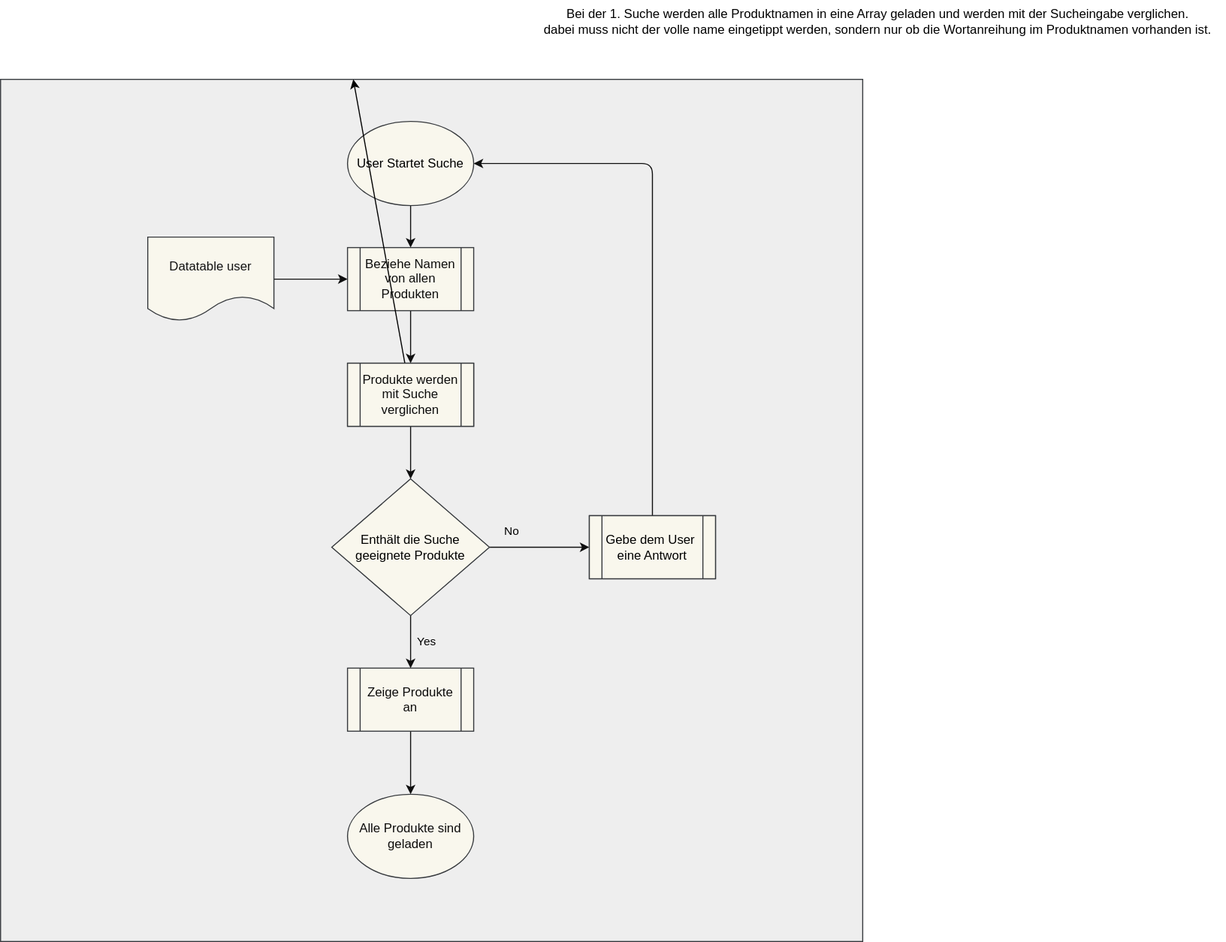
Projektarbeiten/ProjectPlatypus keeps this draw.io diagram as drawio/FlussdiagrammDatenBeziehenSuchergebnissPage.drawio.svg. Above is the earlier version. Source tidied: cells renumbered, new cells last; positions are measured from the earlier drawing's top-left corner, leaving out a move shared by most shapes. Source of this version:
```xml
<mxGraphModel>
  <root>
    <mxCell id="0" />
    <mxCell id="1" parent="0" />
    <mxCell id="2" style="whiteSpace=wrap;html=1;fillColor=#eeeeee;strokeColor=#36393d;" parent="1" vertex="1">
      <mxGeometry y="75" width="820" height="820" as="geometry" />
    </mxCell>
    <mxCell id="3" style="edgeStyle=none;html=1;strokeColor=#0f0f0f;fontColor=#0d0c0c;" parent="1" edge="1" source="4">
      <mxGeometry relative="1" as="geometry">
        <mxPoint x="390" y="235" as="targetPoint" />
      </mxGeometry>
    </mxCell>
    <mxCell id="4" value="&lt;font color=&quot;#000000&quot;&gt;User Startet Suche&lt;br&gt;&lt;/font&gt;" style="ellipse;whiteSpace=wrap;html=1;fillColor=#f9f7ed;strokeColor=#36393d;" parent="1" vertex="1">
      <mxGeometry x="330" y="115" width="120" height="80" as="geometry" />
    </mxCell>
    <mxCell id="5" style="edgeStyle=none;html=1;strokeColor=#0f0f0f;fontColor=#0d0c0c;" parent="1" edge="1">
      <mxGeometry relative="1" as="geometry">
        <mxPoint x="390" y="295" as="sourcePoint" />
        <mxPoint x="390" y="345" as="targetPoint" />
      </mxGeometry>
    </mxCell>
    <mxCell id="6" style="edgeStyle=none;html=1;fontColor=#000000;strokeColor=#0f0f0f;" parent="1" edge="1" source="10">
      <mxGeometry relative="1" as="geometry">
        <mxPoint x="560" y="520" as="targetPoint" />
      </mxGeometry>
    </mxCell>
    <mxCell id="7" value="No" style="edgeLabel;html=1;align=center;verticalAlign=middle;fontColor=#000000;labelBackgroundColor=none;" parent="6" vertex="1">
      <mxGeometry x="-0.39" y="2" relative="1" as="geometry">
        <mxPoint x="-9" y="-13" as="offset" />
      </mxGeometry>
    </mxCell>
    <mxCell id="8" style="edgeStyle=none;html=1;entryX=0.5;entryY=0;entryDx=0;entryDy=0;strokeColor=#0f0f0f;fontColor=#000000;" parent="1" edge="1" source="10">
      <mxGeometry relative="1" as="geometry">
        <mxPoint x="390" y="555" as="targetPoint" />
      </mxGeometry>
    </mxCell>
    <mxCell id="9" style="edgeStyle=none;html=1;strokeColor=#0f0f0f;fontColor=#121212;entryX=0.5;entryY=0;entryDx=0;entryDy=0;" parent="1" edge="1" source="10" target="23">
      <mxGeometry relative="1" as="geometry" />
    </mxCell>
    <mxCell id="10" value="&lt;font color=&quot;#000000&quot;&gt;Enthält die Suche geeignete Produkte&lt;/font&gt;" style="rhombus;whiteSpace=wrap;html=1;fillColor=#f9f7ed;strokeColor=#36393d;" parent="1" vertex="1">
      <mxGeometry x="315" y="455" width="150" height="130" as="geometry" />
    </mxCell>
    <mxCell id="11" style="edgeStyle=none;html=1;strokeColor=#0f0f0f;fontColor=#0d0c0c;entryX=1;entryY=0.5;entryDx=0;entryDy=0;" parent="1" edge="1" source="12" target="4">
      <mxGeometry relative="1" as="geometry">
        <Array as="points">
          <mxPoint x="620" y="375" />
          <mxPoint x="620" y="265" />
          <mxPoint x="620" y="155" />
        </Array>
      </mxGeometry>
    </mxCell>
    <mxCell id="12" value="&lt;font color=&quot;#000000&quot;&gt;Give user error Response&lt;/font&gt;" style="rounded=0;whiteSpace=wrap;html=1;fillColor=#f9f7ed;strokeColor=#36393d;" parent="1" vertex="1">
      <mxGeometry x="560" y="490" width="120" height="60" as="geometry" />
    </mxCell>
    <mxCell id="13" value="Yes" style="edgeLabel;html=1;align=center;verticalAlign=middle;fontColor=#000000;labelBackgroundColor=none;" parent="1" vertex="1">
      <mxGeometry x="420" y="550" as="geometry">
        <mxPoint x="-15" y="60" as="offset" />
      </mxGeometry>
    </mxCell>
    <mxCell id="14" style="edgeStyle=none;html=1;strokeColor=#0f0f0f;fontColor=#0d0d0d;entryX=0;entryY=0.5;entryDx=0;entryDy=0;" parent="1" edge="1" source="15">
      <mxGeometry relative="1" as="geometry">
        <mxPoint x="330" y="265" as="targetPoint" />
      </mxGeometry>
    </mxCell>
    <mxCell id="15" value="Datatable user" style="shape=document;whiteSpace=wrap;html=1;boundedLbl=1;labelBackgroundColor=none;fillColor=#f9f7ed;strokeColor=#36393d;fontColor=#121212;" parent="1" vertex="1">
      <mxGeometry x="140" y="225" width="120" height="80" as="geometry" />
    </mxCell>
    <mxCell id="16" style="edgeStyle=none;html=1;entryX=0.5;entryY=0;entryDx=0;entryDy=0;strokeColor=#0f0f0f;fontColor=#0d0d0d;" parent="1" edge="1" source="17" target="10">
      <mxGeometry relative="1" as="geometry" />
    </mxCell>
    <mxCell id="17" value="Get username and password" style="rounded=0;whiteSpace=wrap;html=1;labelBackgroundColor=none;fillColor=#f9f7ed;strokeColor=#36393d;fontColor=#0d0d0d;" parent="1" vertex="1">
      <mxGeometry x="330" y="345" width="120" height="60" as="geometry" />
    </mxCell>
    <mxCell id="18" value="&lt;font color=&quot;#0d0d0d&quot;&gt;Beziehe Namen von allen Produkten&lt;/font&gt;" style="shape=process;whiteSpace=wrap;html=1;backgroundOutline=1;labelBackgroundColor=none;fillColor=#f9f7ed;strokeColor=#36393d;" parent="1" vertex="1">
      <mxGeometry x="330" y="235" width="120" height="60" as="geometry" />
    </mxCell>
    <mxCell id="19" style="edgeStyle=none;html=1;" parent="1" edge="1" source="20" target="2">
      <mxGeometry relative="1" as="geometry" />
    </mxCell>
    <mxCell id="20" value="&lt;font color=&quot;#0d0d0d&quot;&gt;Produkte werden mit Suche verglichen&lt;/font&gt;" style="shape=process;whiteSpace=wrap;html=1;backgroundOutline=1;labelBackgroundColor=none;fillColor=#f9f7ed;strokeColor=#36393d;" parent="1" vertex="1">
      <mxGeometry x="330" y="345" width="120" height="60" as="geometry" />
    </mxCell>
    <mxCell id="21" value="&lt;span style=&quot;color: rgb(0, 0, 0);&quot;&gt;Gebe dem User&amp;nbsp; eine Antwort&lt;/span&gt;" style="shape=process;whiteSpace=wrap;html=1;backgroundOutline=1;labelBackgroundColor=none;fillColor=#f9f7ed;strokeColor=#36393d;" parent="1" vertex="1">
      <mxGeometry x="560" y="490" width="120" height="60" as="geometry" />
    </mxCell>
    <mxCell id="22" style="edgeStyle=none;html=1;strokeColor=#0f0f0f;fontColor=#0d0c0c;" parent="1" edge="1" source="23" target="24">
      <mxGeometry relative="1" as="geometry" />
    </mxCell>
    <mxCell id="23" value="&lt;span style=&quot;color: rgb(13, 12, 12);&quot;&gt;Zeige Produkte an&lt;/span&gt;" style="shape=process;whiteSpace=wrap;html=1;backgroundOutline=1;labelBackgroundColor=none;fillColor=#f9f7ed;strokeColor=#36393d;" parent="1" vertex="1">
      <mxGeometry x="330" y="635" width="120" height="60" as="geometry" />
    </mxCell>
    <mxCell id="24" value="&lt;font color=&quot;#0d0c0c&quot;&gt;Alle Produkte sind geladen&lt;/font&gt;" style="ellipse;whiteSpace=wrap;html=1;labelBackgroundColor=none;fillColor=#f9f7ed;strokeColor=#36393d;" parent="1" vertex="1">
      <mxGeometry x="330" y="755" width="120" height="80" as="geometry" />
    </mxCell>
    <mxCell id="25" value="Bei der 1. Suche werden alle Produktnamen in eine Array geladen und werden mit der Sucheingabe verglichen.&lt;br&gt;dabei muss nicht der volle name eingetippt werden, sondern nur ob die Wortanreihung im Produktnamen vorhanden ist." style="text;html=1;align=center;verticalAlign=middle;strokeColor=none;fillColor=none;" parent="1" vertex="1">
      <mxGeometry x="504" width="660" height="40" as="geometry" />
    </mxCell>
  </root>
</mxGraphModel>
```
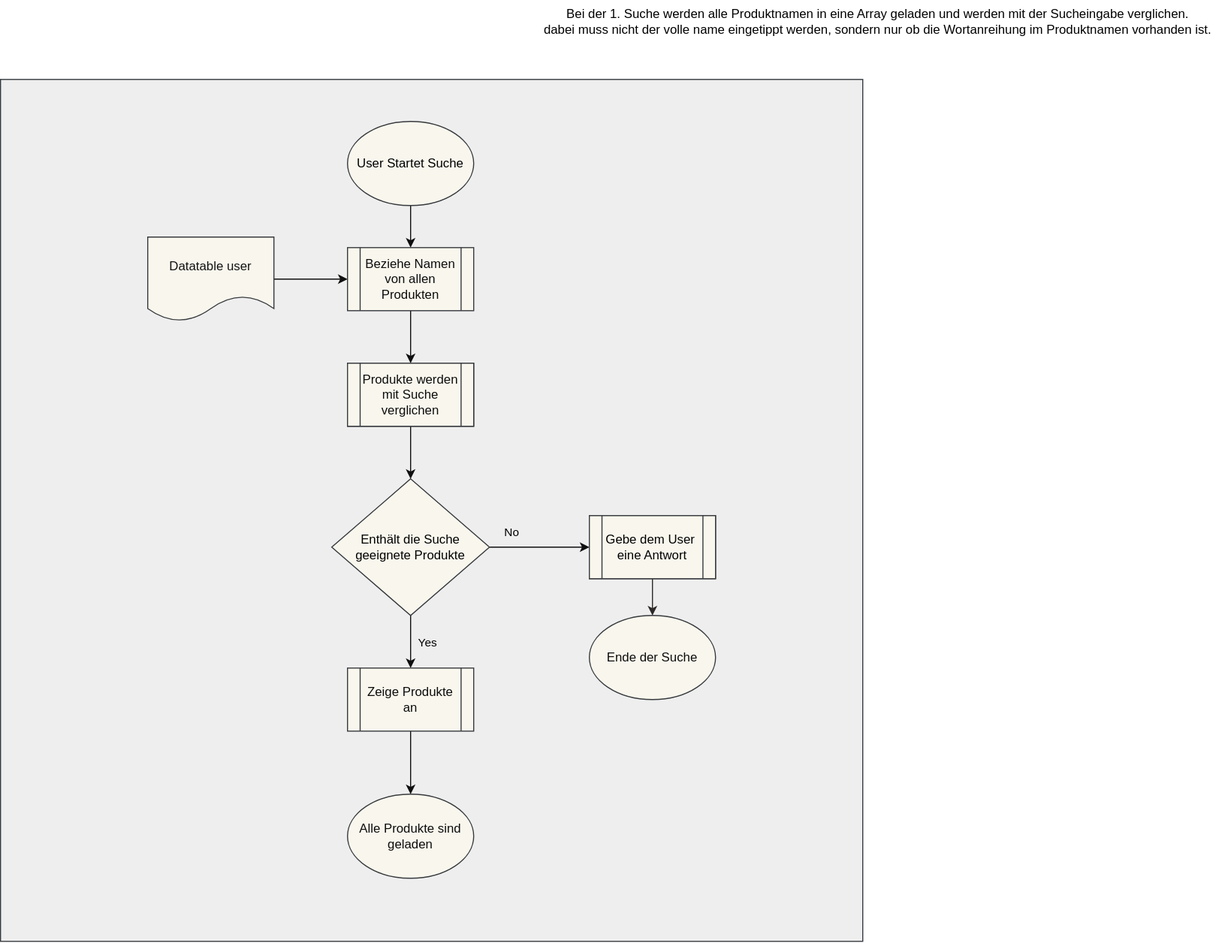
After the change.

Commit message:
pfeil entfernt und ende hinzugefügt

The edit, as a diff of the source:
```diff
@@ -40,15 +40,6 @@
     <mxCell id="10" value="&lt;font color=&quot;#000000&quot;&gt;Enthält die Suche geeignete Produkte&lt;/font&gt;" style="rhombus;whiteSpace=wrap;html=1;fillColor=#f9f7ed;strokeColor=#36393d;" parent="1" vertex="1">
       <mxGeometry x="315" y="455" width="150" height="130" as="geometry" />
     </mxCell>
-    <mxCell id="11" style="edgeStyle=none;html=1;strokeColor=#0f0f0f;fontColor=#0d0c0c;entryX=1;entryY=0.5;entryDx=0;entryDy=0;" parent="1" edge="1" source="12" target="4">
-      <mxGeometry relative="1" as="geometry">
-        <Array as="points">
-          <mxPoint x="620" y="375" />
-          <mxPoint x="620" y="265" />
-          <mxPoint x="620" y="155" />
-        </Array>
-      </mxGeometry>
-    </mxCell>
     <mxCell id="12" value="&lt;font color=&quot;#000000&quot;&gt;Give user error Response&lt;/font&gt;" style="rounded=0;whiteSpace=wrap;html=1;fillColor=#f9f7ed;strokeColor=#36393d;" parent="1" vertex="1">
       <mxGeometry x="560" y="490" width="120" height="60" as="geometry" />
     </mxCell>
@@ -74,12 +65,14 @@
     <mxCell id="18" value="&lt;font color=&quot;#0d0d0d&quot;&gt;Beziehe Namen von allen Produkten&lt;/font&gt;" style="shape=process;whiteSpace=wrap;html=1;backgroundOutline=1;labelBackgroundColor=none;fillColor=#f9f7ed;strokeColor=#36393d;" parent="1" vertex="1">
       <mxGeometry x="330" y="235" width="120" height="60" as="geometry" />
     </mxCell>
-    <mxCell id="19" style="edgeStyle=none;html=1;" parent="1" edge="1" source="20" target="2">
-      <mxGeometry relative="1" as="geometry" />
-    </mxCell>
     <mxCell id="20" value="&lt;font color=&quot;#0d0d0d&quot;&gt;Produkte werden mit Suche verglichen&lt;/font&gt;" style="shape=process;whiteSpace=wrap;html=1;backgroundOutline=1;labelBackgroundColor=none;fillColor=#f9f7ed;strokeColor=#36393d;" parent="1" vertex="1">
       <mxGeometry x="330" y="345" width="120" height="60" as="geometry" />
     </mxCell>
+    <mxCell id="26" style="edgeStyle=none;html=1;entryX=0.5;entryY=0;entryDx=0;entryDy=0;strokeColor=#2e2929;" parent="1" edge="1" target="27">
+      <mxGeometry relative="1" as="geometry">
+        <mxPoint x="620" y="550" as="sourcePoint" />
+      </mxGeometry>
+    </mxCell>
     <mxCell id="21" value="&lt;span style=&quot;color: rgb(0, 0, 0);&quot;&gt;Gebe dem User&amp;nbsp; eine Antwort&lt;/span&gt;" style="shape=process;whiteSpace=wrap;html=1;backgroundOutline=1;labelBackgroundColor=none;fillColor=#f9f7ed;strokeColor=#36393d;" parent="1" vertex="1">
       <mxGeometry x="560" y="490" width="120" height="60" as="geometry" />
     </mxCell>
@@ -95,5 +88,8 @@
     <mxCell id="25" value="Bei der 1. Suche werden alle Produktnamen in eine Array geladen und werden mit der Sucheingabe verglichen.&lt;br&gt;dabei muss nicht der volle name eingetippt werden, sondern nur ob die Wortanreihung im Produktnamen vorhanden ist." style="text;html=1;align=center;verticalAlign=middle;strokeColor=none;fillColor=none;" parent="1" vertex="1">
       <mxGeometry x="504" width="660" height="40" as="geometry" />
     </mxCell>
+    <mxCell id="27" value="&lt;font color=&quot;#0d0c0c&quot;&gt;Ende der Suche&lt;/font&gt;" style="ellipse;whiteSpace=wrap;html=1;labelBackgroundColor=none;fillColor=#f9f7ed;strokeColor=#36393d;" parent="1" vertex="1">
+      <mxGeometry x="560" y="585" width="120" height="80" as="geometry" />
+    </mxCell>
   </root>
 </mxGraphModel>
```
